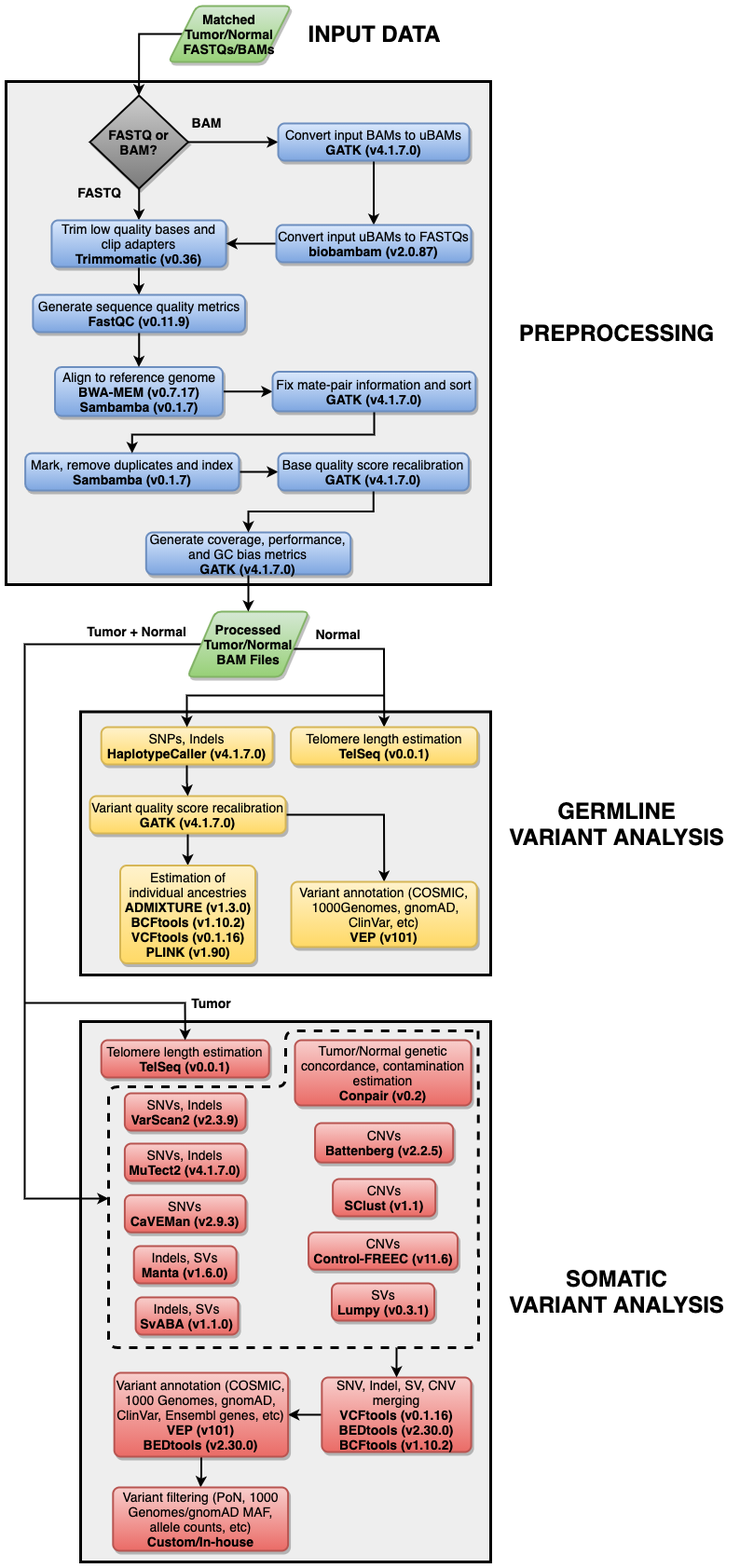
The draw.io diagram MGP1000Pipeline.png in pblaney/mgp1000, before a commit. Source tidied: cells renumbered, new cells last; positions are measured from the earlier drawing's top-left corner, leaving out a move shared by most shapes.
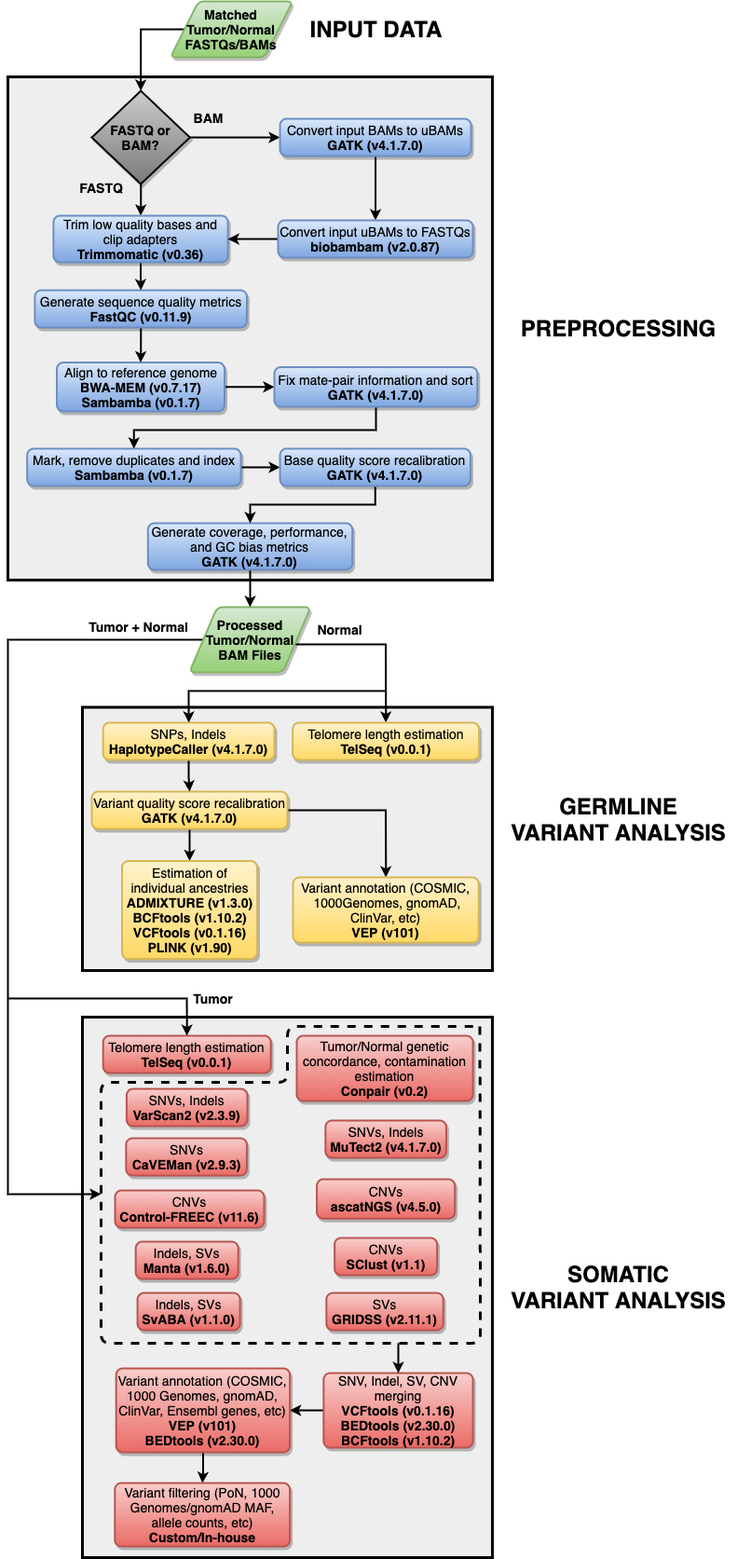
After the commit.

Diff of the diagram source:
```diff
@@ -57,9 +57,10 @@
     </mxCell>
     <mxCell id="17" style="edgeStyle=orthogonalEdgeStyle;rounded=0;jettySize=auto;html=1;strokeWidth=2;fontSize=24;exitX=0;exitY=0.5;exitDx=0;exitDy=0;" parent="1" edge="1" source="18">
       <mxGeometry relative="1" as="geometry">
-        <mxPoint x="110" y="1280" as="targetPoint" />
+        <mxPoint x="100" y="1280" as="targetPoint" />
         <Array as="points">
-          <mxPoint x="20" y="685" />
+          <mxPoint y="685" />
+          <mxPoint y="1280" />
         </Array>
       </mxGeometry>
     </mxCell>
@@ -76,25 +77,25 @@
       <mxGeometry x="127.4" y="1167" width="129.6" height="40" as="geometry" />
     </mxCell>
     <mxCell id="22" value="&lt;font style=&quot;font-size: 14px&quot;&gt;SNVs&lt;br&gt;&lt;b&gt;&lt;font style=&quot;font-size: 14px&quot;&gt;CaVEMan (v2.9.3)&lt;/font&gt;&lt;/b&gt;&lt;/font&gt;" style="rounded=1;whiteSpace=wrap;html=1;absoluteArcSize=1;arcSize=14;strokeWidth=2;shadow=1;comic=0;fillColor=#f8cecc;strokeColor=#b85450;gradientColor=#ea6b66;" parent="1" vertex="1">
-      <mxGeometry x="127.4" y="1276.2" width="129.6" height="40" as="geometry" />
+      <mxGeometry x="126.8" y="1220" width="129.6" height="40" as="geometry" />
     </mxCell>
     <mxCell id="23" value="&lt;font style=&quot;font-size: 14px&quot;&gt;SNVs, Indels&lt;br&gt;&lt;b&gt;&lt;font style=&quot;font-size: 14px&quot;&gt;MuTect2 (v4.1.7.0)&lt;/font&gt;&lt;/b&gt;&lt;/font&gt;" style="rounded=1;whiteSpace=wrap;html=1;absoluteArcSize=1;arcSize=14;strokeWidth=2;shadow=1;comic=0;fillColor=#f8cecc;strokeColor=#b85450;gradientColor=#ea6b66;" parent="1" vertex="1">
-      <mxGeometry x="127.4" y="1221" width="129.6" height="40" as="geometry" />
+      <mxGeometry x="340.8" y="1201" width="129.6" height="40" as="geometry" />
     </mxCell>
     <mxCell id="24" value="&lt;font style=&quot;font-size: 14px&quot;&gt;Indels, SVs&lt;br&gt;&lt;b&gt;&lt;font style=&quot;font-size: 14px&quot;&gt;Manta (v1.6.0)&lt;/font&gt;&lt;/b&gt;&lt;/font&gt;" style="rounded=1;whiteSpace=wrap;html=1;absoluteArcSize=1;arcSize=14;strokeWidth=2;shadow=1;comic=0;fillColor=#f8cecc;strokeColor=#b85450;gradientColor=#ea6b66;" parent="1" vertex="1">
       <mxGeometry x="137.2" y="1331" width="110" height="40" as="geometry" />
     </mxCell>
-    <mxCell id="25" value="&lt;font style=&quot;font-size: 14px&quot;&gt;SVs&lt;br&gt;&lt;b&gt;&lt;font style=&quot;font-size: 14px&quot;&gt;Lumpy (v0.3.1)&lt;/font&gt;&lt;/b&gt;&lt;/font&gt;" style="rounded=1;whiteSpace=wrap;html=1;absoluteArcSize=1;arcSize=14;strokeWidth=2;shadow=1;comic=0;fillColor=#f8cecc;strokeColor=#b85450;gradientColor=#ea6b66;" parent="1" vertex="1">
-      <mxGeometry x="349.5" y="1371" width="110" height="40" as="geometry" />
+    <mxCell id="25" value="&lt;font style=&quot;font-size: 14px&quot;&gt;SVs&lt;br&gt;&lt;b&gt;&lt;font style=&quot;font-size: 14px&quot;&gt;GRIDSS (v2.11.1)&lt;/font&gt;&lt;/b&gt;&lt;/font&gt;" style="rounded=1;whiteSpace=wrap;html=1;absoluteArcSize=1;arcSize=14;strokeWidth=2;shadow=1;comic=0;fillColor=#f8cecc;strokeColor=#b85450;gradientColor=#ea6b66;" parent="1" vertex="1">
+      <mxGeometry x="341.8" y="1386" width="125.4" height="40" as="geometry" />
     </mxCell>
     <mxCell id="26" value="&lt;font style=&quot;font-size: 14px&quot;&gt;CNVs&lt;br&gt;&lt;b&gt;&lt;font style=&quot;font-size: 14px&quot;&gt;SClust (v1.1)&lt;/font&gt;&lt;/b&gt;&lt;/font&gt;" style="rounded=1;whiteSpace=wrap;html=1;absoluteArcSize=1;arcSize=14;strokeWidth=2;shadow=1;comic=0;fillColor=#f8cecc;strokeColor=#b85450;gradientColor=#ea6b66;" parent="1" vertex="1">
-      <mxGeometry x="350.6" y="1259" width="110" height="40" as="geometry" />
+      <mxGeometry x="350.6" y="1327" width="110" height="40" as="geometry" />
     </mxCell>
     <mxCell id="27" value="&lt;font style=&quot;font-size: 14px&quot;&gt;CNVs&lt;br&gt;&lt;b&gt;&lt;font style=&quot;font-size: 14px&quot;&gt;Control-FREEC (v11.6)&lt;/font&gt;&lt;/b&gt;&lt;/font&gt;" style="rounded=1;whiteSpace=wrap;html=1;absoluteArcSize=1;arcSize=14;strokeWidth=2;shadow=1;comic=0;fillColor=#f8cecc;strokeColor=#b85450;gradientColor=#ea6b66;" parent="1" vertex="1">
-      <mxGeometry x="324.5" y="1316.2" width="160" height="40" as="geometry" />
+      <mxGeometry x="115" y="1276" width="160" height="40" as="geometry" />
     </mxCell>
-    <mxCell id="28" value="&lt;font style=&quot;font-size: 14px&quot;&gt;CNVs&lt;br&gt;&lt;b&gt;&lt;font style=&quot;font-size: 14px&quot;&gt;Battenberg (v2.2.5)&lt;/font&gt;&lt;/b&gt;&lt;/font&gt;" style="rounded=1;whiteSpace=wrap;html=1;absoluteArcSize=1;arcSize=14;strokeWidth=2;shadow=1;comic=0;fillColor=#f8cecc;strokeColor=#b85450;gradientColor=#ea6b66;" parent="1" vertex="1">
-      <mxGeometry x="331.6" y="1199" width="148.1" height="42.2" as="geometry" />
+    <mxCell id="28" value="&lt;font style=&quot;font-size: 14px&quot;&gt;CNVs&lt;br&gt;&lt;b&gt;&lt;font style=&quot;font-size: 14px&quot;&gt;ascatNGS (v4.5.0)&lt;/font&gt;&lt;/b&gt;&lt;/font&gt;" style="rounded=1;whiteSpace=wrap;html=1;absoluteArcSize=1;arcSize=14;strokeWidth=2;shadow=1;comic=0;fillColor=#f8cecc;strokeColor=#b85450;gradientColor=#ea6b66;" parent="1" vertex="1">
+      <mxGeometry x="331.6" y="1264" width="148.1" height="42.2" as="geometry" />
     </mxCell>
     <mxCell id="29" value="&lt;b style=&quot;font-size: 21px&quot;&gt;&lt;font style=&quot;font-size: 24px&quot;&gt;&lt;font style=&quot;font-size: 24px&quot;&gt;SOMATIC&lt;br&gt;VARIANT ANALYSIS&lt;/font&gt;&lt;br style=&quot;font-size: 21px&quot;&gt;&lt;/font&gt;&lt;/b&gt;" style="text;html=1;align=center;verticalAlign=middle;fillColor=none;strokeColor=none;rounded=0;shadow=1;comic=0;fontSize=21;" parent="1" vertex="1">
       <mxGeometry x="530" y="1350" width="250" height="60" as="geometry" />
@@ -177,7 +178,7 @@
       <mxGeometry relative="1" as="geometry" />
     </mxCell>
     <mxCell id="54" value="&lt;font style=&quot;font-size: 14px&quot;&gt;Generate coverage, performance, and GC bias metrics&lt;br&gt;&lt;b&gt;&lt;font style=&quot;font-size: 14px&quot;&gt;GATK (v4.1.7.0)&lt;/font&gt;&lt;/b&gt;&lt;/font&gt;" style="rounded=1;whiteSpace=wrap;html=1;absoluteArcSize=1;arcSize=14;strokeWidth=2;shadow=1;comic=0;fillColor=#dae8fc;strokeColor=#6c8ebf;fontStyle=0;gradientColor=#7ea6e0;" parent="1" vertex="1">
-      <mxGeometry x="150.3" y="565" width="219.4" height="45" as="geometry" />
+      <mxGeometry x="150.3" y="560" width="219.4" height="50" as="geometry" />
     </mxCell>
     <mxCell id="55" value="&lt;font style=&quot;font-size: 14px&quot;&gt;Estimation of individual ancestries&lt;br&gt;&lt;b&gt;&lt;font style=&quot;font-size: 14px&quot;&gt;ADMIXTURE (v1.3.0)&lt;br&gt;&lt;/font&gt;&lt;/b&gt;&lt;b&gt;BCFtools (v1.10.2)&lt;/b&gt;&lt;b&gt;&lt;font style=&quot;font-size: 14px&quot;&gt;&lt;br&gt;&lt;/font&gt;&lt;/b&gt;&lt;font style=&quot;font-size: 14px&quot;&gt;&lt;b&gt;VCFtools (v0.1.16)&lt;/b&gt;&lt;/font&gt;&lt;b&gt;&lt;br&gt;&lt;/b&gt;&lt;b&gt;&lt;font style=&quot;font-size: 14px&quot;&gt;PLINK (v1.90)&lt;br&gt;&lt;/font&gt;&lt;/b&gt;&lt;/font&gt;" style="rounded=1;whiteSpace=wrap;html=1;absoluteArcSize=1;arcSize=14;strokeWidth=2;shadow=1;comic=0;fillColor=#fff2cc;strokeColor=#d6b656;gradientColor=#ffd966;" parent="1" vertex="1">
       <mxGeometry x="122.5" y="922.5" width="145" height="105" as="geometry" />
@@ -214,7 +215,7 @@
     </mxCell>
     <mxCell id="64" style="endArrow=classic;html=1;strokeWidth=2;fontSize=24;rounded=0;entryX=0.5;entryY=0;entryDx=0;entryDy=0;" parent="1" edge="1" target="63">
       <mxGeometry relative="1" as="geometry">
-        <mxPoint x="20" y="1070" as="sourcePoint" />
+        <mxPoint y="1070" as="sourcePoint" />
         <Array as="points">
           <mxPoint x="192" y="1070" />
         </Array>
@@ -229,8 +230,8 @@
         <mxPoint x="506.6" y="1100" as="targetPoint" />
         <Array as="points">
           <mxPoint x="507" y="1440" />
-          <mxPoint x="110" y="1440" />
-          <mxPoint x="110" y="1160" />
+          <mxPoint x="100" y="1440" />
+          <mxPoint x="100" y="1160" />
           <mxPoint x="300" y="1160" />
           <mxPoint x="300" y="1100" />
         </Array>
```
